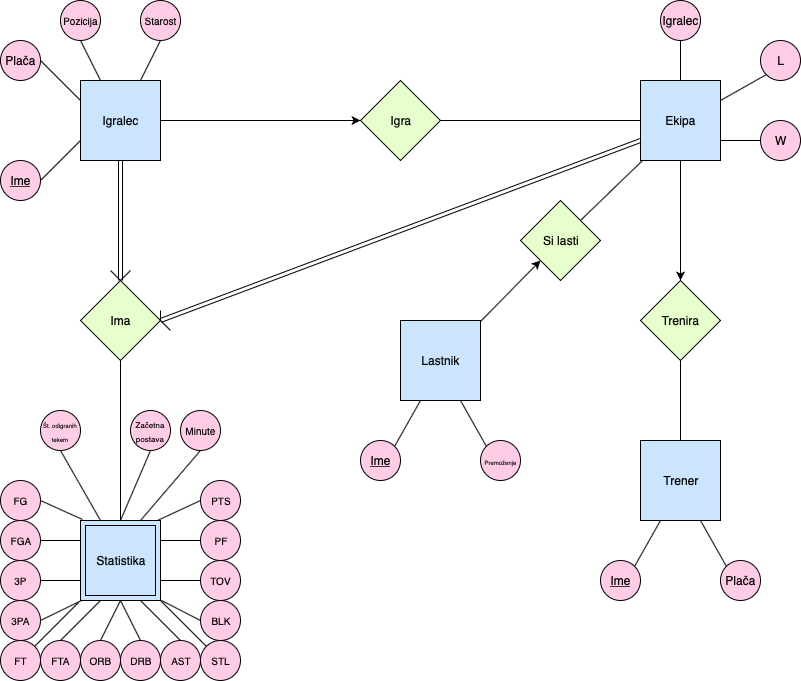
This is Slike/nba.png from andrazdeluisa/NBA.stats, a draw.io export, as it was before one commit. Source tidied: cells renumbered, new cells last; positions are measured from the earlier drawing's top-left corner, leaving out a move shared by most shapes.
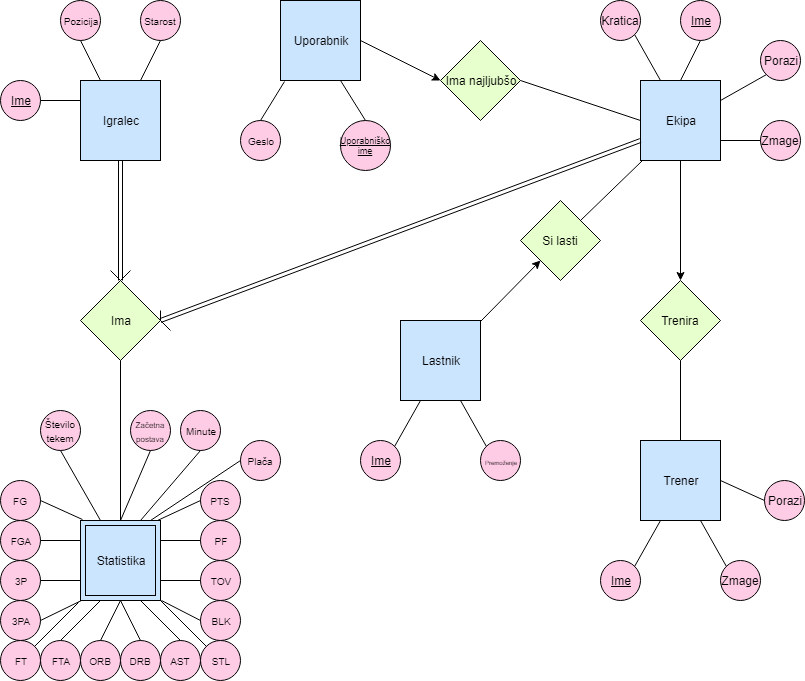
After the commit.

The edit, as a diff of the source:
```diff
@@ -6,25 +6,19 @@
       <mxGeometry x="80" y="80" width="80" height="80" as="geometry" />
     </mxCell>
     <mxCell id="3" value="&lt;u&gt;Ime&lt;/u&gt;&lt;br&gt;" style="ellipse;whiteSpace=wrap;html=1;fillColor=#FFCCE6;" parent="1" vertex="1">
-      <mxGeometry y="160" width="40" height="40" as="geometry" />
+      <mxGeometry y="80" width="40" height="40" as="geometry" />
     </mxCell>
-    <mxCell id="4" value="Plača&lt;br&gt;" style="ellipse;whiteSpace=wrap;html=1;fillColor=#FFCCE6;" parent="1" vertex="1">
-      <mxGeometry y="40" width="40" height="40" as="geometry" />
-    </mxCell>
-    <mxCell id="5" value="Igra" style="rhombus;whiteSpace=wrap;html=1;fillColor=#E6FFCC;" parent="1" vertex="1">
-      <mxGeometry x="360" y="80" width="80" height="80" as="geometry" />
-    </mxCell>
     <mxCell id="6" value="Ekipa" style="whiteSpace=wrap;html=1;fillColor=#CCE5FF;" parent="1" vertex="1">
       <mxGeometry x="640" y="80" width="80" height="80" as="geometry" />
     </mxCell>
-    <mxCell id="7" value="L&lt;br&gt;" style="ellipse;whiteSpace=wrap;html=1;fillColor=#FFCCE6;" parent="1" vertex="1">
+    <mxCell id="7" value="Porazi" style="ellipse;whiteSpace=wrap;html=1;fillColor=#FFCCE6;" parent="1" vertex="1">
       <mxGeometry x="760" y="40" width="40" height="40" as="geometry" />
     </mxCell>
-    <mxCell id="8" value="W&lt;br&gt;" style="ellipse;whiteSpace=wrap;html=1;fillColor=#FFCCE6;" parent="1" vertex="1">
+    <mxCell id="8" value="Zmage" style="ellipse;whiteSpace=wrap;html=1;fillColor=#FFCCE6;" parent="1" vertex="1">
       <mxGeometry x="760" y="120" width="40" height="40" as="geometry" />
     </mxCell>
-    <mxCell id="9" value="Igralec&lt;br&gt;" style="ellipse;whiteSpace=wrap;html=1;fillColor=#FFCCE6;" parent="1" vertex="1">
-      <mxGeometry x="660" width="40" height="40" as="geometry" />
+    <mxCell id="9" value="Ime" style="ellipse;whiteSpace=wrap;html=1;fillColor=#FFCCE6;fontStyle=4;" parent="1" vertex="1">
+      <mxGeometry x="680" width="40" height="40" as="geometry" />
     </mxCell>
     <mxCell id="10" value="Trenira" style="rhombus;whiteSpace=wrap;html=1;fillColor=#E6FFCC;" parent="1" vertex="1">
       <mxGeometry x="640" y="280" width="80" height="80" as="geometry" />
@@ -32,18 +26,15 @@
     <mxCell id="11" value="Trener" style="whiteSpace=wrap;html=1;fillColor=#CCE5FF;" parent="1" vertex="1">
       <mxGeometry x="640" y="440" width="80" height="80" as="geometry" />
     </mxCell>
-    <mxCell id="12" value="Plača&lt;br&gt;" style="ellipse;whiteSpace=wrap;html=1;fillColor=#FFCCE6;" parent="1" vertex="1">
+    <mxCell id="12" value="Zmage" style="ellipse;whiteSpace=wrap;html=1;fillColor=#FFCCE6;" parent="1" vertex="1">
       <mxGeometry x="720" y="560" width="40" height="40" as="geometry" />
     </mxCell>
     <mxCell id="13" value="&lt;u&gt;Ime&lt;/u&gt;&lt;br&gt;" style="ellipse;whiteSpace=wrap;html=1;fillColor=#FFCCE6;" parent="1" vertex="1">
       <mxGeometry x="600" y="560" width="40" height="40" as="geometry" />
     </mxCell>
-    <mxCell id="14" style="endArrow=none;html=1;exitX=1;exitY=0.5;exitDx=0;exitDy=0;entryX=0;entryY=0.75;entryDx=0;entryDy=0;" parent="1" edge="1" source="3" target="2">
+    <mxCell id="14" style="endArrow=none;html=1;exitX=1;exitY=0.5;exitDx=0;exitDy=0;entryX=0;entryY=0.25;entryDx=0;entryDy=0;" parent="1" edge="1" source="3" target="2">
       <mxGeometry relative="1" as="geometry" />
     </mxCell>
-    <mxCell id="15" style="endArrow=none;html=1;exitX=1;exitY=0.5;exitDx=0;exitDy=0;entryX=0;entryY=0.25;entryDx=0;entryDy=0;" parent="1" edge="1" source="4" target="2">
-      <mxGeometry relative="1" as="geometry" />
-    </mxCell>
     <mxCell id="16" style="endArrow=none;html=1;exitX=0.5;exitY=1;exitDx=0;exitDy=0;entryX=0.5;entryY=0;entryDx=0;entryDy=0;" parent="1" edge="1" source="9" target="6">
       <mxGeometry relative="1" as="geometry" />
     </mxCell>
@@ -59,12 +50,6 @@
     <mxCell id="20" style="endArrow=none;html=1;exitX=0.75;exitY=1;exitDx=0;exitDy=0;entryX=0;entryY=0;entryDx=0;entryDy=0;" parent="1" edge="1" source="11" target="12">
       <mxGeometry relative="1" as="geometry" />
     </mxCell>
-    <mxCell id="21" style="endArrow=classic;html=1;exitX=1;exitY=0.5;exitDx=0;exitDy=0;entryX=0;entryY=0.5;entryDx=0;entryDy=0;" parent="1" edge="1" source="2" target="5">
-      <mxGeometry relative="1" as="geometry" />
-    </mxCell>
-    <mxCell id="22" style="endArrow=none;html=1;entryX=0;entryY=0.5;entryDx=0;entryDy=0;exitX=1;exitY=0.5;exitDx=0;exitDy=0;" parent="1" edge="1" source="5" target="6">
-      <mxGeometry relative="1" as="geometry" />
-    </mxCell>
     <mxCell id="23" style="endArrow=classic;html=1;exitX=0.5;exitY=1;exitDx=0;exitDy=0;entryX=0.5;entryY=0;entryDx=0;entryDy=0;" parent="1" edge="1" source="6" target="10">
       <mxGeometry relative="1" as="geometry" />
     </mxCell>
@@ -101,13 +86,13 @@
     <mxCell id="34" value="Ima" style="rhombus;whiteSpace=wrap;html=1;fillColor=#E6FFCC;" parent="1" vertex="1">
       <mxGeometry x="80" y="280" width="80" height="80" as="geometry" />
     </mxCell>
-    <mxCell id="35" value="&lt;font style=&quot;font-size: 6px&quot;&gt;Št. odigranih tekem&lt;/font&gt;&lt;br&gt;" style="ellipse;whiteSpace=wrap;html=1;fillColor=#FFCCE6;" parent="1" vertex="1">
+    <mxCell id="35" value="&lt;font style=&quot;font-size: 10px&quot;&gt;Število tekem&lt;/font&gt;" style="ellipse;whiteSpace=wrap;html=1;fillColor=#FFCCE6;fontSize=12;" parent="1" vertex="1">
       <mxGeometry x="40" y="410" width="40" height="40" as="geometry" />
     </mxCell>
     <mxCell id="36" value="Statistika" style="whiteSpace=wrap;html=1;fillColor=#CCE5FF;" parent="1" vertex="1">
       <mxGeometry x="85" y="525" width="70" height="70" as="geometry" />
     </mxCell>
-    <mxCell id="37" value="&lt;font style=&quot;font-size: 8px&quot;&gt;Začetna&lt;/font&gt;&lt;span style=&quot;font-size: 6px&quot;&gt; &lt;/span&gt;&lt;font style=&quot;font-size: 8px&quot;&gt;postava&lt;/font&gt;" style="ellipse;whiteSpace=wrap;html=1;fillColor=#FFCCE6;" parent="1" vertex="1">
+    <mxCell id="37" value="&lt;span style=&quot;font-size: 8px&quot;&gt;Začetna postava&lt;/span&gt;" style="ellipse;whiteSpace=wrap;html=1;fillColor=#FFCCE6;" parent="1" vertex="1">
       <mxGeometry x="130" y="410" width="40" height="40" as="geometry" />
     </mxCell>
     <mxCell id="38" value="&lt;font style=&quot;font-size: 10px&quot;&gt;Minute&lt;/font&gt;&lt;br&gt;" style="ellipse;whiteSpace=wrap;html=1;fillColor=#FFCCE6;" parent="1" vertex="1">
@@ -258,5 +243,52 @@
         <mxPoint x="170" y="330" as="targetPoint" />
       </mxGeometry>
     </mxCell>
+    <mxCell id="81" value="Kratica" style="ellipse;whiteSpace=wrap;html=1;fillColor=#FFCCE6;" parent="1" vertex="1">
+      <mxGeometry x="600" width="40" height="40" as="geometry" />
+    </mxCell>
+    <mxCell id="82" style="endArrow=none;html=1;entryX=1;entryY=1;entryDx=0;entryDy=0;exitX=0.25;exitY=0;exitDx=0;exitDy=0;" parent="1" edge="1" source="6" target="81">
+      <mxGeometry relative="1" as="geometry" />
+    </mxCell>
+    <mxCell id="83" value="&lt;span style=&quot;font-family: &amp;#34;helvetica&amp;#34; , &amp;#34;arial&amp;#34; , sans-serif ; font-size: 0px&quot;&gt;%3CmxGraphModel%3E%3Croot%3E%3CmxCell%20id%3D%220%22%2F%3E%3CmxCell%20id%3D%221%22%20parent%3D%220%22%2F%3E%3CmxCell%20id%3D%222%22%20value%3D%22Ime%22%20style%3D%22ellipse%3BwhiteSpace%3Dwrap%3Bhtml%3D1%3Baspect%3Dfixed%3BfillColor%3D%23FFCCE6%3B%22%20vertex%3D%221%22%20parent%3D%221%22%3E%3CmxGeometry%20x%3D%22660%22%20y%3D%22120%22%20width%3D%2240%22%20height%3D%2240%22%20as%3D%22geometry%22%2F%3E%3C%2FmxCell%3E%3C%2Froot%3E%3C%2FmxGraphModel%3E&lt;/span&gt;" style="text;html=1;align=left;verticalAlign=top;spacingTop=-4;" parent="1" vertex="1">
+      <mxGeometry x="784" y="493" width="20" height="20" as="geometry" />
+    </mxCell>
+    <mxCell id="84" value="Porazi" style="ellipse;whiteSpace=wrap;html=1;fillColor=#FFCCE6;" parent="1" vertex="1">
+      <mxGeometry x="764" y="480" width="40" height="40" as="geometry" />
+    </mxCell>
+    <mxCell id="85" style="endArrow=none;html=1;entryX=0;entryY=0.5;entryDx=0;entryDy=0;exitX=1;exitY=0.5;exitDx=0;exitDy=0;" parent="1" edge="1" source="11" target="84">
+      <mxGeometry relative="1" as="geometry" />
+    </mxCell>
+    <mxCell id="4" value="&lt;font style=&quot;font-size: 10px&quot;&gt;Plača&lt;/font&gt;" style="ellipse;whiteSpace=wrap;html=1;fillColor=#FFCCE6;" parent="1" vertex="1">
+      <mxGeometry x="240" y="440" width="40" height="40" as="geometry" />
+    </mxCell>
+    <mxCell id="86" style="endArrow=none;html=1;entryX=0;entryY=0.5;entryDx=0;entryDy=0;" parent="1" edge="1" target="4">
+      <mxGeometry relative="1" as="geometry">
+        <mxPoint x="150" y="520" as="sourcePoint" />
+      </mxGeometry>
+    </mxCell>
+    <mxCell id="87" value="Uporabnik" style="whiteSpace=wrap;html=1;fillColor=#CCE5FF;" parent="1" vertex="1">
+      <mxGeometry x="280" width="80" height="80" as="geometry" />
+    </mxCell>
+    <mxCell id="88" style="endArrow=none;html=1;exitX=1;exitY=0.5;exitDx=0;exitDy=0;entryX=0;entryY=0.5;entryDx=0;entryDy=0;" parent="1" edge="1" source="89" target="6">
+      <mxGeometry relative="1" as="geometry" />
+    </mxCell>
+    <mxCell id="89" value="Ima najljubšo" style="rhombus;whiteSpace=wrap;html=1;fillColor=#E6FFCC;" parent="1" vertex="1">
+      <mxGeometry x="440" y="40" width="80" height="80" as="geometry" />
+    </mxCell>
+    <mxCell id="90" style="endArrow=classic;html=1;entryX=0;entryY=0.5;entryDx=0;entryDy=0;exitX=1;exitY=0.5;exitDx=0;exitDy=0;" parent="1" edge="1" source="87" target="89">
+      <mxGeometry relative="1" as="geometry" />
+    </mxCell>
+    <mxCell id="91" value="&lt;font style=&quot;font-size: 10px&quot;&gt;Geslo&lt;/font&gt;" style="ellipse;whiteSpace=wrap;html=1;fillColor=#FFCCE6;" parent="1" vertex="1">
+      <mxGeometry x="240" y="120" width="40" height="40" as="geometry" />
+    </mxCell>
+    <mxCell id="92" style="endArrow=none;html=1;entryX=0.05;entryY=1.013;entryDx=0;entryDy=0;exitX=0.5;exitY=0;exitDx=0;exitDy=0;entryPerimeter=0;" parent="1" edge="1" source="91" target="87">
+      <mxGeometry relative="1" as="geometry" />
+    </mxCell>
+    <mxCell id="93" value="&lt;font style=&quot;font-size: 9px;&quot;&gt;Uporabniško ime&lt;/font&gt;" style="ellipse;whiteSpace=wrap;html=1;fillColor=#FFCCE6;fontSize=9;fontStyle=4;" parent="1" vertex="1">
+      <mxGeometry x="340" y="120" width="50" height="50" as="geometry" />
+    </mxCell>
+    <mxCell id="94" style="endArrow=none;html=1;fontSize=9;entryX=0.5;entryY=0;entryDx=0;entryDy=0;exitX=0.75;exitY=1;exitDx=0;exitDy=0;" parent="1" edge="1" source="87" target="93">
+      <mxGeometry relative="1" as="geometry" />
+    </mxCell>
   </root>
 </mxGraphModel>
```
